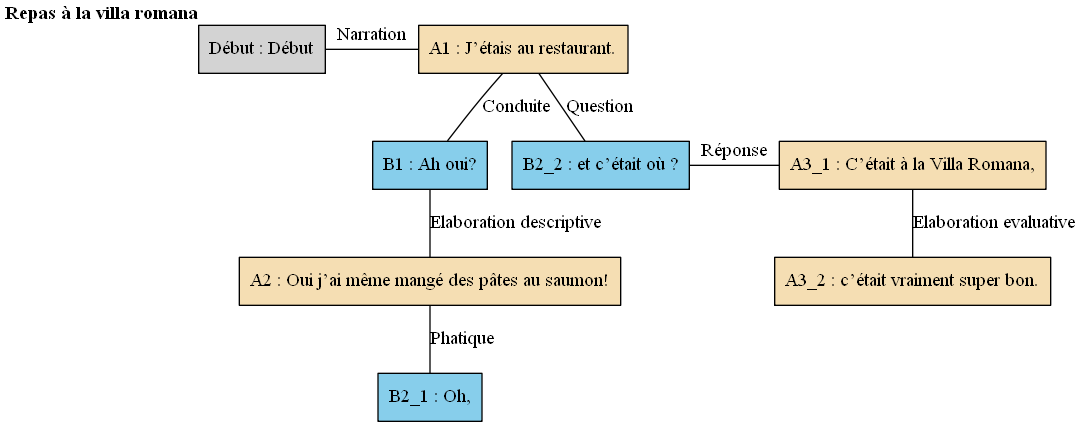
AlaixComet/AnnotationSlamPTut keeps this Graphviz diagram as arbres/Bac_a_sable/Bac_a_sable_-_E14.gv.png. Above is the earlier version. Its source is kept beside it as arbres/Bac_a_sable/Bac_a_sable_-_E14.gv.
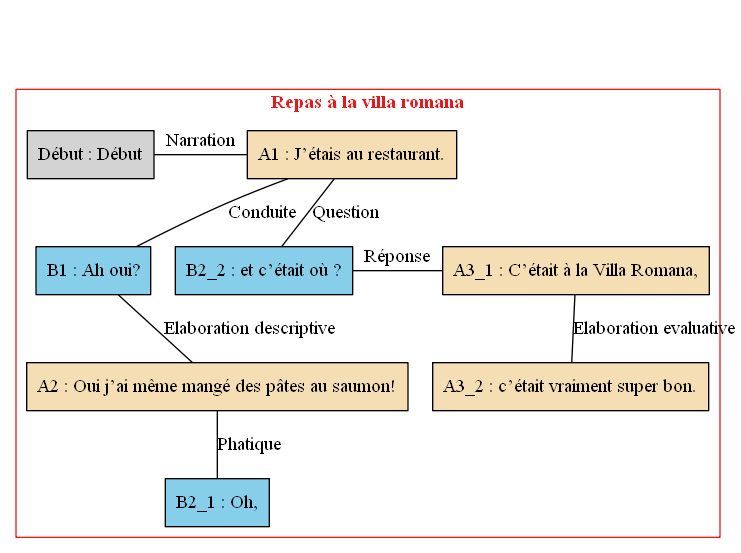
After the change.

Diff of the diagram source:
```diff
@@ -1,28 +1,37 @@
 digraph E14 {
 	node [shape=box style=filled]
-	"Début" [label="Début : Début" xlabel=<<B>Repas à la villa romana</B>>]
-	A1 [label="A1 : J’étais au restaurant." fillcolor=wheat xlabel=""]
-	B1 [label="B1 : Ah oui?" fillcolor=skyblue xlabel=""]
-	A2 [label="A2 : Oui j’ai même mangé des pâtes au saumon!" fillcolor=wheat xlabel=""]
-	B2_1 [label="B2_1 : Oh," fillcolor=skyblue xlabel=""]
-	B2_2 [label="B2_2 : et c’était où ?" fillcolor=skyblue xlabel=""]
-	A3_1 [label="A3_1 : C’était à la Villa Romana," fillcolor=wheat xlabel=""]
-	A3_2 [label="A3_2 : c’était vraiment super bon." fillcolor=wheat xlabel=""]
-	{
-		rank=same
+	newrank=true
+	zero [style=invis]
+	"Début" [label="Début : Début"]
+	A1 [label="A1 : J’étais au restaurant." fillcolor=wheat]
+	B1 [label="B1 : Ah oui?" fillcolor=skyblue]
+	A2 [label="A2 : Oui j’ai même mangé des pâtes au saumon!" fillcolor=wheat]
+	B2_1 [label="B2_1 : Oh," fillcolor=skyblue]
+	B2_2 [label="B2_2 : et c’était où ?" fillcolor=skyblue]
+	A3_1 [label="A3_1 : C’était à la Villa Romana," fillcolor=wheat]
+	A3_2 [label="A3_2 : c’était vraiment super bon." fillcolor=wheat]
+	zero -> "Début" [label="" style=invis]
+	zero -> A1 [style=invis weight=1]
+	"Début" -> A1 [label=Narration constraint=false dir=none]
+	A1 -> B1 [label=Conduite dir=none weight=2]
+	B1 -> A2 [label="Elaboration descriptive" dir=none weight=2]
+	A2 -> B2_1 [label=Phatique dir=none weight=2]
+	A1 -> B2_2 [label=Question dir=none weight=2]
+	A1 -> A3_1 [style=invis weight=1]
+	B2_2 -> A3_1 [label="Réponse" constraint=false dir=none]
+	A3_1 -> A3_2 [label="Elaboration evaluative" dir=none weight=2]
+	subgraph cluster_1 {
+		label=<<B>Repas à la villa romana</B>>
+		colorscheme=set19
+		color=1
+		fontcolor=1
 		"Début"
 		A1
-		"Début" -> A1 [label=Narration dir=none]
-	}
-	A1 -> B1 [label=Conduite dir=none]
-	B1 -> A2 [label="Elaboration descriptive" dir=none]
-	A2 -> B2_1 [label=Phatique dir=none]
-	A1 -> B2_2 [label=Question dir=none]
-	{
-		rank=same
+		B1
+		A2
+		B2_1
 		B2_2
 		A3_1
-		B2_2 -> A3_1 [label="Réponse" dir=none]
+		A3_2
 	}
-	A3_1 -> A3_2 [label="Elaboration evaluative" dir=none]
 }
```
